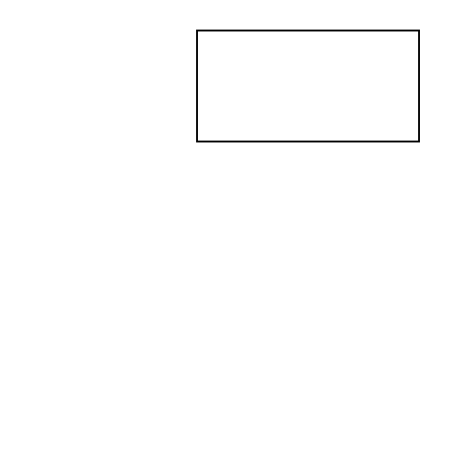
Before: Untitled Diagram.drawio in idslamba/test, a draw.io diagram. Source tidied: cells renumbered, new cells numbered last; positions are measured from the earlier drawing's top-left corner, leaving out a move shared by most shapes. Both pictures are drawn from the tidied source at 185%, with x=0, y=0 at pixel (196, 30).
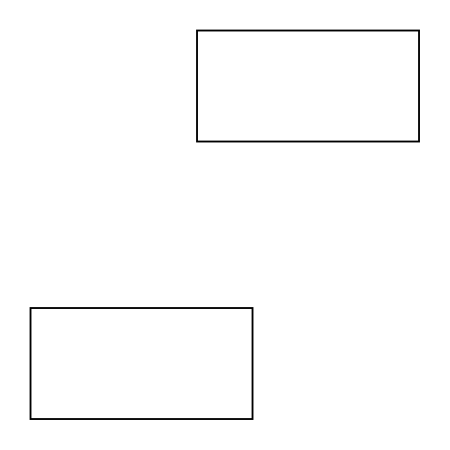
After the change.

Change to the diagram source:
```diff
@@
 <mxGraphModel>
   <root>
     <mxCell id="0" />
     <mxCell id="1" parent="0" />
     <mxCell id="2" style="rounded=0;whiteSpace=wrap;html=1;" parent="1" vertex="1">
       <mxGeometry width="120" height="60" as="geometry" />
     </mxCell>
+    <mxCell id="3" style="rounded=0;whiteSpace=wrap;html=1;" parent="1" vertex="1">
+      <mxGeometry x="-90" y="150" width="120" height="60" as="geometry" />
+    </mxCell>
   </root>
 </mxGraphModel>
```
